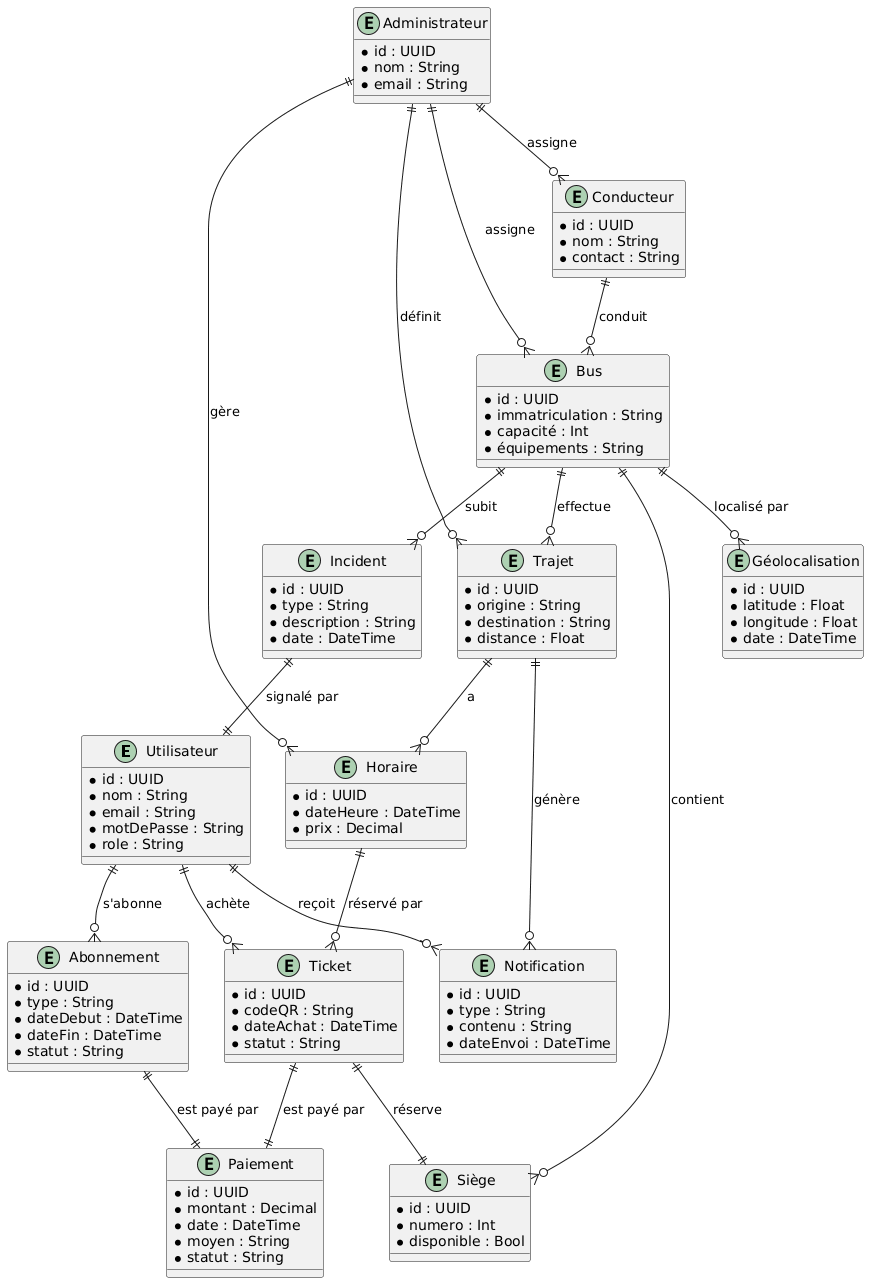
Above: UML-IMAGES/entite_relation.png in AhssenQuadrinome/FrontEnd (PlantUML), before the change. Source of this version:
```plantuml
@startuml
entity "Utilisateur" as Utilisateur {
  * id : UUID
  * nom : String
  * email : String
  * motDePasse : String
  * role : String
}
entity "Conducteur" as Conducteur {
  * id : UUID
  * nom : String
  * contact : String
}
entity "Bus" as Bus {
  * id : UUID
  * immatriculation : String
  * capacité : Int
  * équipements : String
}
entity "Trajet" as Trajet {
  * id : UUID
  * origine : String
  * destination : String
  * distance : Float
}
entity "Horaire" as Horaire {
  * id : UUID
  * dateHeure : DateTime
  * prix : Decimal
}
entity "Ticket" as Ticket {
  * id : UUID
  * codeQR : String
  * dateAchat : DateTime
  * statut : String
}
entity "Abonnement" as Abonnement {
  * id : UUID
  * type : String
  * dateDebut : DateTime
  * dateFin : DateTime
  * statut : String
}
entity "Paiement" as Paiement {
  * id : UUID
  * montant : Decimal
  * date : DateTime
  * moyen : String
  * statut : String
}
entity "Siège" as Siege {
  * id : UUID
  * numero : Int
  * disponible : Bool
}
entity "Incident" as Incident {
  * id : UUID
  * type : String
  * description : String
  * date : DateTime
}
entity "Notification" as Notification {
  * id : UUID
  * type : String
  * contenu : String
  * dateEnvoi : DateTime
}

entity "Administrateur" as Admin {
  * id : UUID
  * nom : String
  * email : String
}
entity "Géolocalisation" as Geoloc {
  * id : UUID
  * latitude : Float
  * longitude : Float
  * date : DateTime
}

Conducteur ||--o{ Bus : "conduit"
Bus ||--o{ Trajet : "effectue"
Trajet ||--o{ Horaire : "a"
Horaire ||--o{ Ticket : "réservé par"
Utilisateur ||--o{ Ticket : "achète"
Utilisateur ||--o{ Abonnement : "s'abonne"
Ticket ||--|| Paiement : "est payé par"
Abonnement ||--|| Paiement : "est payé par"
Bus ||--o{ Siege : "contient"
Ticket ||--|| Siege : "réserve"
Utilisateur ||--o{ Notification : "reçoit"
Trajet ||--o{ Notification : "génère"
Bus ||--o{ Incident : "subit"
Incident ||--|| Utilisateur : "signalé par"
Bus ||--o{ Geoloc : "localisé par"
Admin ||--o{ Trajet : "définit"
Admin ||--o{ Horaire : "gère"
Admin ||--o{ Bus : "assigne"
Admin ||--o{ Conducteur : "assigne"
@enduml
```
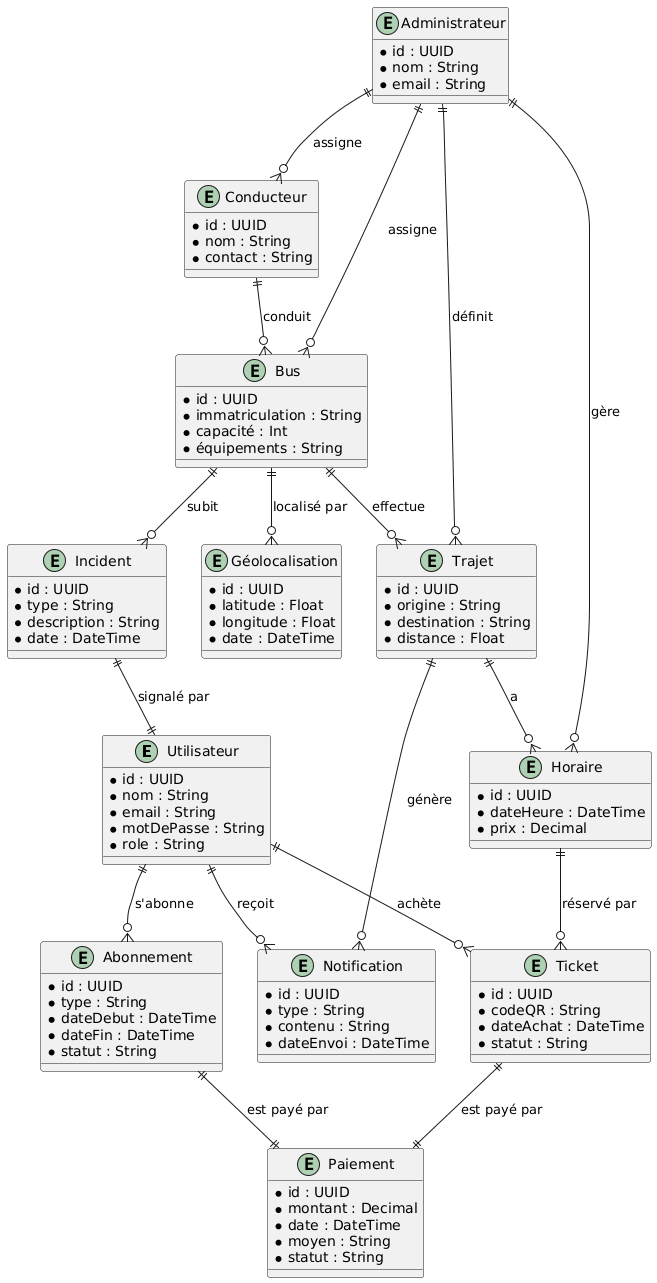
Above is the later version.

The edit, as a diff of the source:
```diff
@@ -48,11 +48,6 @@
   * moyen : String
   * statut : String
 }
-entity "Siège" as Siege {
-  * id : UUID
-  * numero : Int
-  * disponible : Bool
-}
 entity "Incident" as Incident {
   * id : UUID
   * type : String
@@ -86,8 +81,6 @@
 Utilisateur ||--o{ Abonnement : "s'abonne"
 Ticket ||--|| Paiement : "est payé par"
 Abonnement ||--|| Paiement : "est payé par"
-Bus ||--o{ Siege : "contient"
-Ticket ||--|| Siege : "réserve"
 Utilisateur ||--o{ Notification : "reçoit"
 Trajet ||--o{ Notification : "génère"
 Bus ||--o{ Incident : "subit"
```
